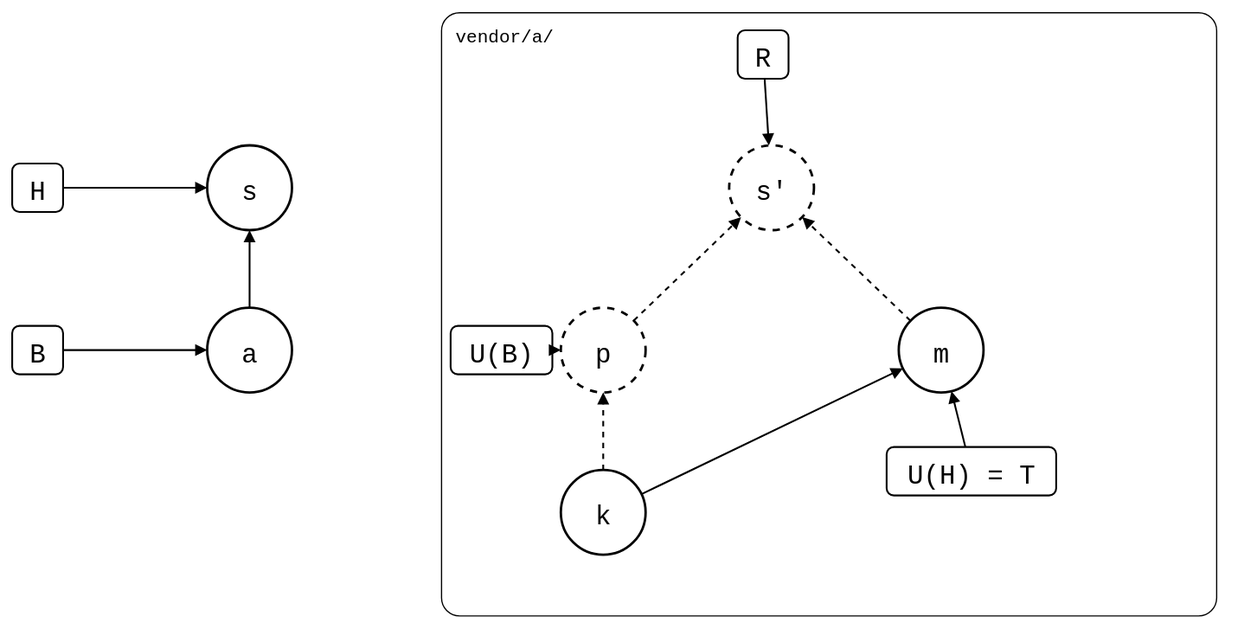
Above: test/scenarios/06-rewritten-history/04-patch-branch-rebased/02-squash-merged/squash-merged.drawio.svg in roschaefer/git-splice (draw.io), before the change. Source tidied: cells renumbered, new cells last; positions are measured from the earlier drawing's top-left corner, leaving out a move shared by most shapes.
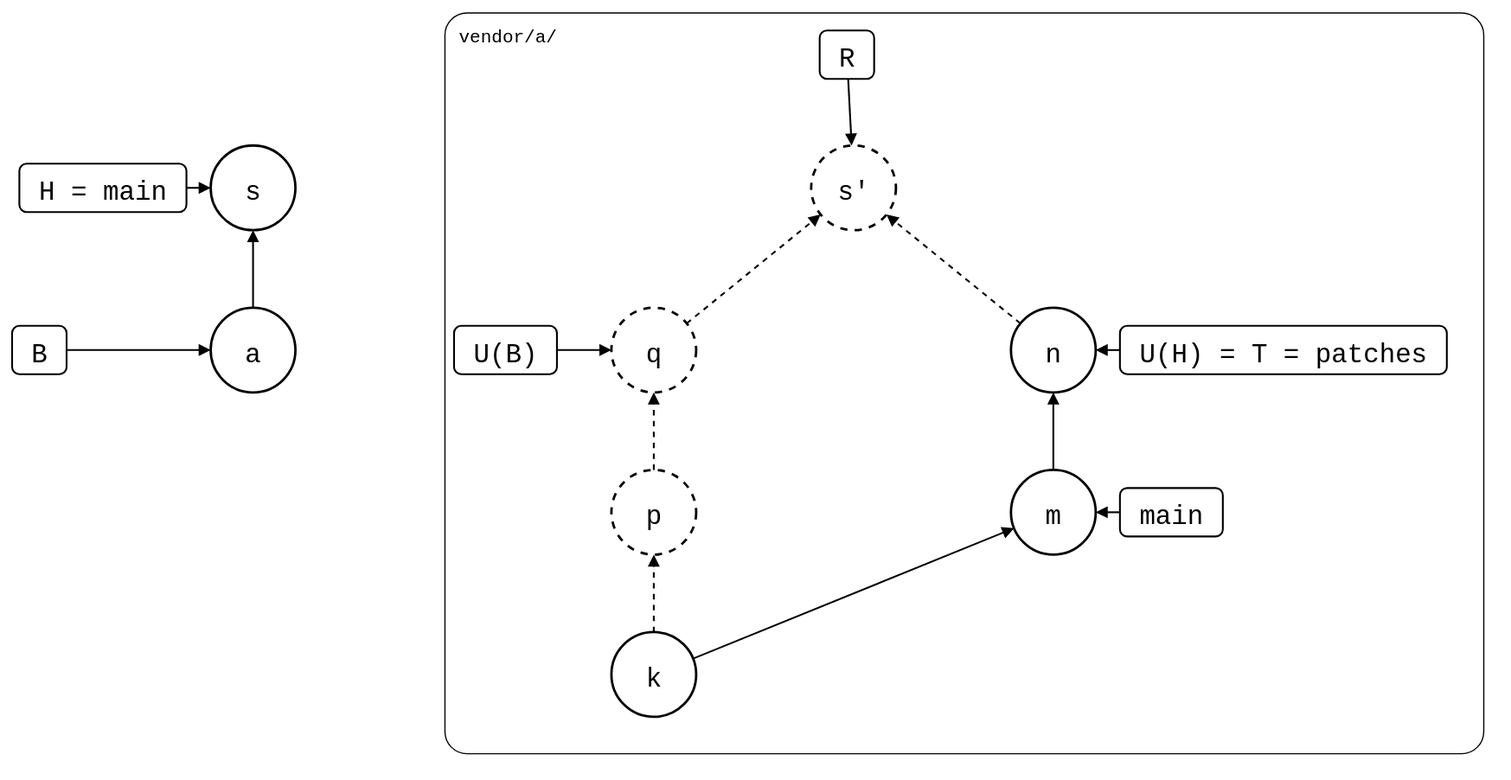
The same file after the commit.

Commit message:
test(scenarios): rebase a patch branch with two patches, branches named

Change to the diagram source:
```diff
@@ -3,70 +3,88 @@
     <mxCell id="0" />
     <mxCell id="1" parent="0" />
     <mxCell id="2" value="vendor/a/" style="rounded=1;arcSize=3;fillColor=none;strokeWidth=1;fontSize=15;verticalAlign=top;align=left;spacingLeft=10;spacingTop=4;fontFamily=Roboto Mono,monospace;" parent="1" vertex="1">
-      <mxGeometry x="354" width="640" height="498" as="geometry" />
+      <mxGeometry x="354" width="858" height="612" as="geometry" />
     </mxCell>
+    <mxCell id="5" value="k" style="ellipse;strokeWidth=2;fontSize=22;fontFamily=Roboto Mono,monospace;" parent="1" vertex="1">
+      <mxGeometry x="492" y="512" width="70" height="70" as="geometry" />
+    </mxCell>
+    <mxCell id="6" value="p" style="ellipse;strokeWidth=2;fontSize=22;fontFamily=Roboto Mono,monospace;dashed=1;" parent="1" vertex="1">
+      <mxGeometry x="492" y="378" width="70" height="70" as="geometry" />
+    </mxCell>
+    <mxCell id="24" value="q" style="ellipse;strokeWidth=2;fontSize=22;fontFamily=Roboto Mono,monospace;dashed=1;" parent="1" vertex="1">
+      <mxGeometry x="492" y="244" width="70" height="70" as="geometry" />
+    </mxCell>
+    <mxCell id="7" value="m" style="ellipse;strokeWidth=2;fontSize=22;fontFamily=Roboto Mono,monospace;" parent="1" vertex="1">
+      <mxGeometry x="822" y="378" width="70" height="70" as="geometry" />
+    </mxCell>
+    <mxCell id="25" value="n" style="ellipse;strokeWidth=2;fontSize=22;fontFamily=Roboto Mono,monospace;" parent="1" vertex="1">
+      <mxGeometry x="822" y="244" width="70" height="70" as="geometry" />
+    </mxCell>
     <mxCell id="3" value="a" style="ellipse;strokeWidth=2;fontSize=22;fontFamily=Roboto Mono,monospace;" parent="1" vertex="1">
       <mxGeometry x="161" y="244" width="70" height="70" as="geometry" />
     </mxCell>
     <mxCell id="4" value="s" style="ellipse;strokeWidth=2;fontSize=22;fontFamily=Roboto Mono,monospace;" parent="1" vertex="1">
       <mxGeometry x="161" y="110" width="70" height="70" as="geometry" />
     </mxCell>
-    <mxCell id="5" value="k" style="ellipse;strokeWidth=2;fontSize=22;fontFamily=Roboto Mono,monospace;" parent="1" vertex="1">
-      <mxGeometry x="453" y="378" width="70" height="70" as="geometry" />
-    </mxCell>
-    <mxCell id="6" value="p" style="ellipse;strokeWidth=2;fontSize=22;fontFamily=Roboto Mono,monospace;dashed=1;" parent="1" vertex="1">
-      <mxGeometry x="453" y="244" width="70" height="70" as="geometry" />
-    </mxCell>
-    <mxCell id="7" value="m" style="ellipse;strokeWidth=2;fontSize=22;fontFamily=Roboto Mono,monospace;" parent="1" vertex="1">
-      <mxGeometry x="732" y="244" width="70" height="70" as="geometry" />
-    </mxCell>
     <mxCell id="8" value="s'" style="ellipse;strokeWidth=2;fontSize=22;fontFamily=Roboto Mono,monospace;dashed=1;" parent="1" vertex="1">
-      <mxGeometry x="592" y="110" width="70" height="70" as="geometry" />
+      <mxGeometry x="657" y="110" width="70" height="70" as="geometry" />
     </mxCell>
-    <mxCell id="9" value="H" style="rounded=1;strokeWidth=1.5;fontSize=22;fontFamily=Roboto Mono,monospace;" parent="1" vertex="1">
-      <mxGeometry y="125" width="42" height="40" as="geometry" />
+    <mxCell id="9" value="H = main" style="rounded=1;strokeWidth=1.5;fontSize=22;fontFamily=Roboto Mono,monospace;" parent="1" vertex="1">
+      <mxGeometry x="3" y="125" width="138" height="40" as="geometry" />
     </mxCell>
     <mxCell id="10" value="B" style="rounded=1;strokeWidth=1.5;fontSize=22;fontFamily=Roboto Mono,monospace;" parent="1" vertex="1">
-      <mxGeometry y="259" width="42" height="40" as="geometry" />
+      <mxGeometry x="-3" y="259" width="45" height="40" as="geometry" />
     </mxCell>
     <mxCell id="11" value="R" style="rounded=1;strokeWidth=1.5;fontSize=22;fontFamily=Roboto Mono,monospace;" parent="1" vertex="1">
-      <mxGeometry x="599" y="15" width="42" height="40" as="geometry" />
+      <mxGeometry x="664" y="15" width="45" height="40" as="geometry" />
     </mxCell>
     <mxCell id="12" value="U(B)" style="rounded=1;strokeWidth=1.5;fontSize=22;fontFamily=Roboto Mono,monospace;" parent="1" vertex="1">
-      <mxGeometry x="362" y="259" width="84" height="40" as="geometry" />
+      <mxGeometry x="362" y="259" width="85" height="40" as="geometry" />
     </mxCell>
-    <mxCell id="13" value="U(H) = T" style="rounded=1;strokeWidth=1.5;fontSize=22;fontFamily=Roboto Mono,monospace;" parent="1" vertex="1">
-      <mxGeometry x="722" y="359" width="140" height="40" as="geometry" />
-    </mxCell>
+    <mxCell id="26" value="main" style="rounded=1;strokeWidth=1.5;fontSize=22;fontFamily=Roboto Mono,monospace;" parent="1" vertex="1">
+      <mxGeometry x="912" y="393" width="85" height="40" as="geometry" />
+    </mxCell>
+    <mxCell id="27" value="U(H) = T = patches" style="rounded=1;strokeWidth=1.5;fontSize=22;fontFamily=Roboto Mono,monospace;" parent="1" vertex="1">
+      <mxGeometry x="912" y="259" width="270" height="40" as="geometry" />
+    </mxCell>
-    <mxCell id="14" style="endArrow=block;endFill=1;html=1;strokeWidth=1.5;rounded=0;" parent="1" edge="1" source="3" target="4">
+    <mxCell id="14" style="endArrow=block;endFill=1;html=1;strokeWidth=1.5;rounded=0;dashed=1;" parent="1" edge="1" source="5" target="6">
       <mxGeometry relative="1" as="geometry" />
     </mxCell>
-    <mxCell id="15" style="endArrow=block;endFill=1;html=1;strokeWidth=1.5;rounded=0;dashed=1;" parent="1" edge="1" source="5" target="6">
+    <mxCell id="15" style="endArrow=block;endFill=1;html=1;strokeWidth=1.5;rounded=0;dashed=1;" parent="1" edge="1" source="6" target="24">
       <mxGeometry relative="1" as="geometry" />
     </mxCell>
     <mxCell id="16" style="endArrow=block;endFill=1;html=1;strokeWidth=1.5;rounded=0;" parent="1" edge="1" source="5" target="7">
       <mxGeometry relative="1" as="geometry" />
     </mxCell>
-    <mxCell id="17" style="endArrow=block;endFill=1;html=1;strokeWidth=1.5;rounded=0;dashed=1;" parent="1" edge="1" source="6" target="8">
+    <mxCell id="17" style="endArrow=block;endFill=1;html=1;strokeWidth=1.5;rounded=0;" parent="1" edge="1" source="7" target="25">
       <mxGeometry relative="1" as="geometry" />
     </mxCell>
-    <mxCell id="18" style="endArrow=block;endFill=1;html=1;strokeWidth=1.5;rounded=0;dashed=1;" parent="1" edge="1" source="7" target="8">
+    <mxCell id="18" style="endArrow=block;endFill=1;html=1;strokeWidth=1.5;rounded=0;" parent="1" edge="1" source="3" target="4">
       <mxGeometry relative="1" as="geometry" />
     </mxCell>
-    <mxCell id="19" style="endArrow=block;endFill=1;html=1;strokeWidth=1.5;rounded=0;" parent="1" edge="1" source="9" target="4">
+    <mxCell id="19" style="endArrow=block;endFill=1;html=1;strokeWidth=1.5;rounded=0;dashed=1;" parent="1" edge="1" source="24" target="8">
       <mxGeometry relative="1" as="geometry" />
     </mxCell>
-    <mxCell id="20" style="endArrow=block;endFill=1;html=1;strokeWidth=1.5;rounded=0;" parent="1" edge="1" source="10" target="3">
+    <mxCell id="20" style="endArrow=block;endFill=1;html=1;strokeWidth=1.5;rounded=0;dashed=1;" parent="1" edge="1" source="25" target="8">
       <mxGeometry relative="1" as="geometry" />
     </mxCell>
-    <mxCell id="21" style="endArrow=block;endFill=1;html=1;strokeWidth=1.5;rounded=0;" parent="1" edge="1" source="11" target="8">
+    <mxCell id="21" style="endArrow=block;endFill=1;html=1;strokeWidth=1.5;rounded=0;" parent="1" edge="1" source="9" target="4">
       <mxGeometry relative="1" as="geometry" />
     </mxCell>
-    <mxCell id="22" style="endArrow=block;endFill=1;html=1;strokeWidth=1.5;rounded=0;" parent="1" edge="1" source="12" target="6">
+    <mxCell id="22" style="endArrow=block;endFill=1;html=1;strokeWidth=1.5;rounded=0;" parent="1" edge="1" source="10" target="3">
       <mxGeometry relative="1" as="geometry" />
     </mxCell>
-    <mxCell id="23" style="endArrow=block;endFill=1;html=1;strokeWidth=1.5;rounded=0;" parent="1" edge="1" source="13" target="7">
+    <mxCell id="23" style="endArrow=block;endFill=1;html=1;strokeWidth=1.5;rounded=0;" parent="1" edge="1" source="11" target="8">
       <mxGeometry relative="1" as="geometry" />
     </mxCell>
+    <mxCell id="28" style="endArrow=block;endFill=1;html=1;strokeWidth=1.5;rounded=0;" parent="1" edge="1" source="12" target="24">
+      <mxGeometry relative="1" as="geometry" />
+    </mxCell>
+    <mxCell id="29" style="endArrow=block;endFill=1;html=1;strokeWidth=1.5;rounded=0;" parent="1" edge="1" source="26" target="7">
+      <mxGeometry relative="1" as="geometry" />
+    </mxCell>
+    <mxCell id="30" style="endArrow=block;endFill=1;html=1;strokeWidth=1.5;rounded=0;" parent="1" edge="1" source="27" target="25">
+      <mxGeometry relative="1" as="geometry" />
+    </mxCell>
   </root>
 </mxGraphModel>
```
